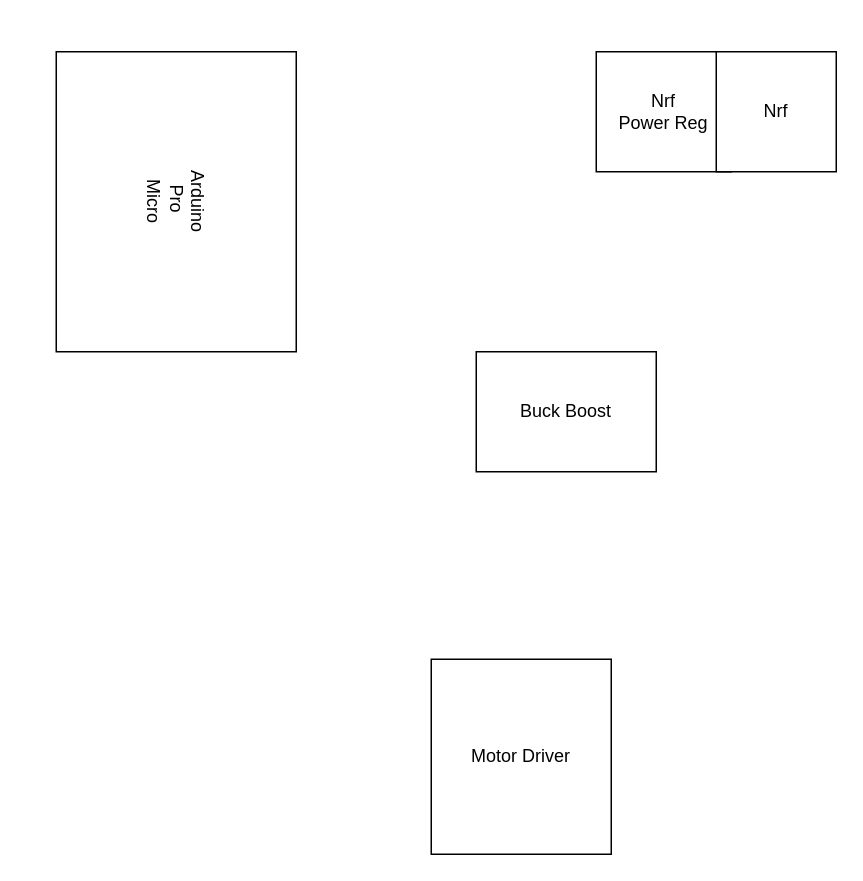
Earlier version of the draw.io diagram KiCad/Rx/Circuit Drawing/RxDrawing_071023.drawio (DDuronslet/CustomArduinoRCCar). Source tidied: cells renumbered, new cells numbered last; positions are measured from the earlier drawing's top-left corner, leaving out a move shared by most shapes. Both pictures are drawn from the tidied source at 150%, with x=0, y=0 at pixel (26, 51).
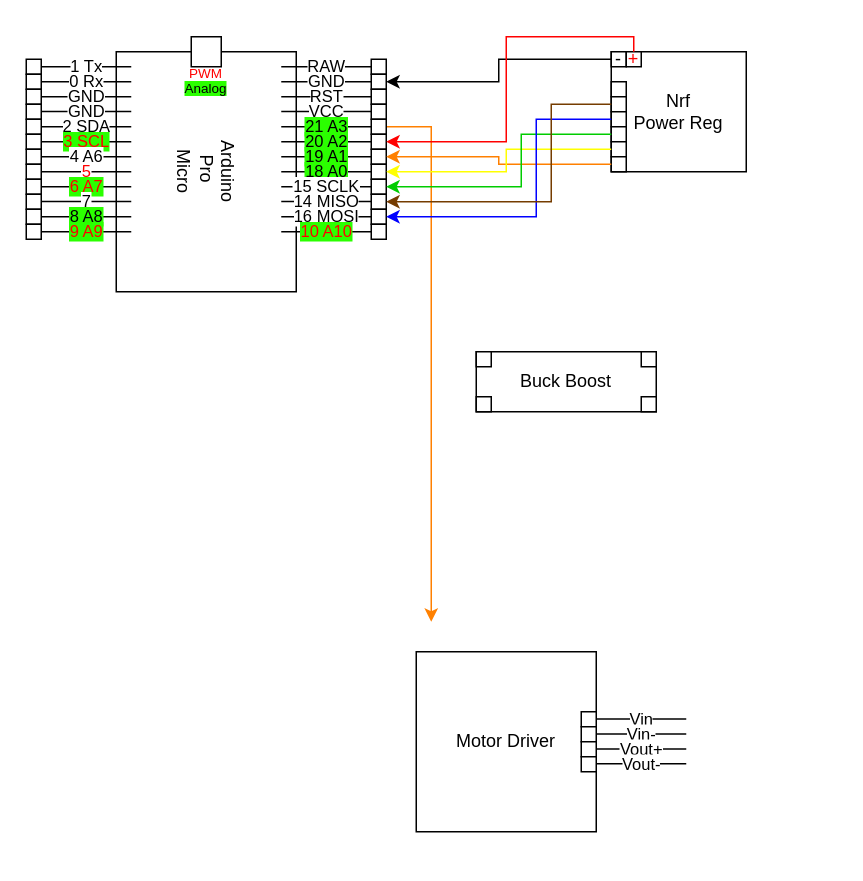
After the change.

Diff of the diagram source:
```diff
@@
     <mxCell id="2" value="Arduino&lt;br&gt;Pro&amp;nbsp;&lt;br&gt;Micro" style="rounded=0;whiteSpace=wrap;html=1;rotation=90;noLabel=0;" parent="1" vertex="1">
-      <mxGeometry y="20" width="200" height="160" as="geometry" />
+      <mxGeometry x="40" y="20" width="160" height="120" as="geometry" />
     </mxCell>
-    <mxCell id="3" value="Nrf&lt;br&gt;Power Reg" style="whiteSpace=wrap;html=1;" parent="1" vertex="1">
-      <mxGeometry x="380" width="90" height="80" as="geometry" />
-    </mxCell>
-    <mxCell id="4" value="Nrf" style="whiteSpace=wrap;html=1;" parent="1" vertex="1">
-      <mxGeometry x="460" width="80" height="80" as="geometry" />
-    </mxCell>
     <mxCell id="5" value="Buck Boost" style="rounded=0;whiteSpace=wrap;html=1;" parent="1" vertex="1">
-      <mxGeometry x="300" y="200" width="120" height="80" as="geometry" />
+      <mxGeometry x="300" y="200" width="120" height="40" as="geometry" />
     </mxCell>
     <mxCell id="6" value="Motor Driver" style="rounded=0;whiteSpace=wrap;html=1;" parent="1" vertex="1">
-      <mxGeometry x="270" y="405" width="120" height="130" as="geometry" />
+      <mxGeometry x="260" y="400" width="120" height="120" as="geometry" />
     </mxCell>
+    <mxCell id="7" value="RAW" style="endArrow=none;html=1;rounded=0;" parent="1" edge="1">
+      <mxGeometry relative="1" as="geometry">
+        <mxPoint x="170" y="10" as="sourcePoint" />
+        <mxPoint x="230" y="10" as="targetPoint" />
+      </mxGeometry>
+    </mxCell>
+    <mxCell id="8" value="GND" style="endArrow=none;html=1;rounded=0;" parent="1" edge="1">
+      <mxGeometry relative="1" as="geometry">
+        <mxPoint x="170" y="20" as="sourcePoint" />
+        <mxPoint x="230" y="20" as="targetPoint" />
+      </mxGeometry>
+    </mxCell>
+    <mxCell id="9" value="RST" style="endArrow=none;html=1;rounded=0;" parent="1" edge="1">
+      <mxGeometry relative="1" as="geometry">
+        <mxPoint x="170" y="30" as="sourcePoint" />
+        <mxPoint x="230" y="30" as="targetPoint" />
+      </mxGeometry>
+    </mxCell>
+    <mxCell id="10" value="VCC" style="endArrow=none;html=1;rounded=0;" parent="1" edge="1">
+      <mxGeometry relative="1" as="geometry">
+        <mxPoint x="170" y="39.8" as="sourcePoint" />
+        <mxPoint x="230" y="39.8" as="targetPoint" />
+      </mxGeometry>
+    </mxCell>
+    <mxCell id="11" value="21 A3" style="endArrow=none;html=1;rounded=0;labelBackgroundColor=#2BFF00;" parent="1" edge="1">
+      <mxGeometry relative="1" as="geometry">
+        <mxPoint x="170" y="50" as="sourcePoint" />
+        <mxPoint x="230" y="50" as="targetPoint" />
+      </mxGeometry>
+    </mxCell>
+    <mxCell id="12" value="20 A2" style="endArrow=none;html=1;rounded=0;labelBackgroundColor=#2BFF00;" parent="1" edge="1">
+      <mxGeometry relative="1" as="geometry">
+        <mxPoint x="170" y="60" as="sourcePoint" />
+        <mxPoint x="230" y="60" as="targetPoint" />
+      </mxGeometry>
+    </mxCell>
+    <mxCell id="13" value="19 A1" style="endArrow=none;html=1;rounded=0;labelBackgroundColor=#2BFF00;" parent="1" edge="1">
+      <mxGeometry relative="1" as="geometry">
+        <mxPoint x="170" y="70" as="sourcePoint" />
+        <mxPoint x="230" y="70" as="targetPoint" />
+      </mxGeometry>
+    </mxCell>
+    <mxCell id="14" value="18 A0" style="endArrow=none;html=1;rounded=0;labelBackgroundColor=#2BFF00;" parent="1" edge="1">
+      <mxGeometry relative="1" as="geometry">
+        <mxPoint x="170" y="80" as="sourcePoint" />
+        <mxPoint x="230" y="80" as="targetPoint" />
+      </mxGeometry>
+    </mxCell>
+    <mxCell id="15" value="15 SCLK" style="endArrow=none;html=1;rounded=0;" parent="1" edge="1">
+      <mxGeometry relative="1" as="geometry">
+        <mxPoint x="170" y="90" as="sourcePoint" />
+        <mxPoint x="230" y="90" as="targetPoint" />
+      </mxGeometry>
+    </mxCell>
+    <mxCell id="16" value="14 MISO" style="endArrow=none;html=1;rounded=0;" parent="1" edge="1">
+      <mxGeometry relative="1" as="geometry">
+        <mxPoint x="170" y="99.8" as="sourcePoint" />
+        <mxPoint x="230" y="99.8" as="targetPoint" />
+      </mxGeometry>
+    </mxCell>
+    <mxCell id="17" value="16 MOSI" style="endArrow=none;html=1;rounded=0;" parent="1" edge="1">
+      <mxGeometry relative="1" as="geometry">
+        <mxPoint x="170" y="110" as="sourcePoint" />
+        <mxPoint x="230" y="110" as="targetPoint" />
+      </mxGeometry>
+    </mxCell>
+    <mxCell id="18" value="10 A10" style="endArrow=none;html=1;rounded=0;fontColor=#FF0000;labelBackgroundColor=#2BFF00;" parent="1" edge="1">
+      <mxGeometry relative="1" as="geometry">
+        <mxPoint x="170" y="120" as="sourcePoint" />
+        <mxPoint x="230" y="120" as="targetPoint" />
+      </mxGeometry>
+    </mxCell>
+    <mxCell id="19" value="1 Tx" style="endArrow=none;html=1;rounded=0;" parent="1" edge="1">
+      <mxGeometry relative="1" as="geometry">
+        <mxPoint x="10" y="10" as="sourcePoint" />
+        <mxPoint x="70" y="10" as="targetPoint" />
+      </mxGeometry>
+    </mxCell>
+    <mxCell id="20" value="0 Rx" style="endArrow=none;html=1;rounded=0;" parent="1" edge="1">
+      <mxGeometry relative="1" as="geometry">
+        <mxPoint x="10" y="20" as="sourcePoint" />
+        <mxPoint x="70" y="20" as="targetPoint" />
+      </mxGeometry>
+    </mxCell>
+    <mxCell id="21" value="GND" style="endArrow=none;html=1;rounded=0;" parent="1" edge="1">
+      <mxGeometry relative="1" as="geometry">
+        <mxPoint x="10" y="30" as="sourcePoint" />
+        <mxPoint x="70" y="30" as="targetPoint" />
+      </mxGeometry>
+    </mxCell>
+    <mxCell id="22" value="GND" style="endArrow=none;html=1;rounded=0;" parent="1" edge="1">
+      <mxGeometry relative="1" as="geometry">
+        <mxPoint x="10" y="39.8" as="sourcePoint" />
+        <mxPoint x="70" y="39.8" as="targetPoint" />
+      </mxGeometry>
+    </mxCell>
+    <mxCell id="23" value="2 SDA" style="endArrow=none;html=1;rounded=0;" parent="1" edge="1">
+      <mxGeometry relative="1" as="geometry">
+        <mxPoint x="10" y="50" as="sourcePoint" />
+        <mxPoint x="70" y="50" as="targetPoint" />
+      </mxGeometry>
+    </mxCell>
+    <mxCell id="24" value="3 SCL" style="endArrow=none;html=1;rounded=0;fontColor=#FF0000;labelBackgroundColor=#2BFF00;" parent="1" edge="1">
+      <mxGeometry relative="1" as="geometry">
+        <mxPoint x="10" y="60" as="sourcePoint" />
+        <mxPoint x="70" y="60" as="targetPoint" />
+      </mxGeometry>
+    </mxCell>
+    <mxCell id="25" value="4 A6" style="endArrow=none;html=1;rounded=0;" parent="1" edge="1">
+      <mxGeometry relative="1" as="geometry">
+        <mxPoint x="10" y="70" as="sourcePoint" />
+        <mxPoint x="70" y="70" as="targetPoint" />
+      </mxGeometry>
+    </mxCell>
+    <mxCell id="26" value="5" style="endArrow=none;html=1;rounded=0;fontColor=#FF0000;" parent="1" edge="1">
+      <mxGeometry relative="1" as="geometry">
+        <mxPoint x="10" y="80" as="sourcePoint" />
+        <mxPoint x="70" y="80" as="targetPoint" />
+      </mxGeometry>
+    </mxCell>
+    <mxCell id="27" value="6 A7" style="endArrow=none;html=1;rounded=0;fontColor=#FF0000;labelBackgroundColor=#2BFF00;" parent="1" edge="1">
+      <mxGeometry relative="1" as="geometry">
+        <mxPoint x="10" y="90" as="sourcePoint" />
+        <mxPoint x="70" y="90" as="targetPoint" />
+      </mxGeometry>
+    </mxCell>
+    <mxCell id="28" value="7" style="endArrow=none;html=1;rounded=0;" parent="1" edge="1">
+      <mxGeometry relative="1" as="geometry">
+        <mxPoint x="10" y="99.8" as="sourcePoint" />
+        <mxPoint x="70" y="99.8" as="targetPoint" />
+      </mxGeometry>
+    </mxCell>
+    <mxCell id="29" value="8 A8" style="endArrow=none;html=1;rounded=0;labelBackgroundColor=#2BFF00;" parent="1" edge="1">
+      <mxGeometry relative="1" as="geometry">
+        <mxPoint x="10" y="110" as="sourcePoint" />
+        <mxPoint x="70" y="110" as="targetPoint" />
+      </mxGeometry>
+    </mxCell>
+    <mxCell id="30" value="9 A9" style="endArrow=none;html=1;rounded=0;fontColor=#FF0000;labelBackgroundColor=#2BFF00;" parent="1" edge="1">
+      <mxGeometry relative="1" as="geometry">
+        <mxPoint x="10" y="120" as="sourcePoint" />
+        <mxPoint x="70" y="120" as="targetPoint" />
+      </mxGeometry>
+    </mxCell>
+    <mxCell id="31" value="&lt;font color=&quot;#ff0000&quot; style=&quot;font-size: 9px;&quot;&gt;PWM&lt;/font&gt;" style="text;html=1;strokeColor=none;fillColor=none;align=center;verticalAlign=middle;whiteSpace=wrap;rounded=0;fontSize=9;" parent="1" vertex="1">
+      <mxGeometry x="90" y="10" width="60" height="10" as="geometry" />
+    </mxCell>
+    <mxCell id="32" style="rounded=0;whiteSpace=wrap;html=1;" parent="1" vertex="1">
+      <mxGeometry x="110" y="-10" width="20" height="20" as="geometry" />
+    </mxCell>
+    <mxCell id="33" value="&lt;span style=&quot;background-color: rgb(43, 255, 0);&quot;&gt;Analog&lt;/span&gt;" style="text;html=1;strokeColor=none;fillColor=none;align=center;verticalAlign=middle;whiteSpace=wrap;rounded=0;fontSize=9;" parent="1" vertex="1">
+      <mxGeometry x="90" y="20" width="60" height="10" as="geometry" />
+    </mxCell>
+    <mxCell id="34" style="edgeStyle=orthogonalEdgeStyle;rounded=0;jettySize=auto;html=1;entryX=1;entryY=0.5;entryDx=0;entryDy=0;" parent="1" edge="1" source="73" target="48">
+      <mxGeometry relative="1" as="geometry" />
+    </mxCell>
+    <mxCell id="35" style="whiteSpace=wrap;html=1;align=center;fontColor=#000000;" parent="1" vertex="1">
+      <mxGeometry x="300" y="200" width="10" height="10" as="geometry" />
+    </mxCell>
+    <mxCell id="36" style="whiteSpace=wrap;html=1;align=center;fontColor=#000000;" parent="1" vertex="1">
+      <mxGeometry x="300" y="230" width="10" height="10" as="geometry" />
+    </mxCell>
+    <mxCell id="37" style="whiteSpace=wrap;html=1;align=center;fontColor=#000000;" parent="1" vertex="1">
+      <mxGeometry x="410" y="200" width="10" height="10" as="geometry" />
+    </mxCell>
+    <mxCell id="38" style="whiteSpace=wrap;html=1;align=center;fontColor=#000000;" parent="1" vertex="1">
+      <mxGeometry x="410" y="230" width="10" height="10" as="geometry" />
+    </mxCell>
+    <mxCell id="39" style="whiteSpace=wrap;html=1;align=center;fontColor=#000000;" parent="1" vertex="1">
+      <mxGeometry x="370" y="440" width="10" height="10" as="geometry" />
+    </mxCell>
+    <mxCell id="40" style="whiteSpace=wrap;html=1;align=center;fontColor=#000000;" parent="1" vertex="1">
+      <mxGeometry x="370" y="450" width="10" height="10" as="geometry" />
+    </mxCell>
+    <mxCell id="41" style="whiteSpace=wrap;html=1;align=center;fontColor=#000000;" parent="1" vertex="1">
+      <mxGeometry x="370" y="460" width="10" height="10" as="geometry" />
+    </mxCell>
+    <mxCell id="42" style="whiteSpace=wrap;html=1;align=center;fontColor=#000000;" parent="1" vertex="1">
+      <mxGeometry x="370" y="470" width="10" height="10" as="geometry" />
+    </mxCell>
+    <mxCell id="43" value="Vin" style="endArrow=none;html=1;rounded=0;" parent="1" edge="1">
+      <mxGeometry relative="1" as="geometry">
+        <mxPoint x="380" y="444.9" as="sourcePoint" />
+        <mxPoint x="440" y="444.9" as="targetPoint" />
+      </mxGeometry>
+    </mxCell>
+    <mxCell id="44" value="Vin-" style="endArrow=none;html=1;rounded=0;" parent="1" edge="1">
+      <mxGeometry relative="1" as="geometry">
+        <mxPoint x="380" y="454.9" as="sourcePoint" />
+        <mxPoint x="440" y="454.9" as="targetPoint" />
+      </mxGeometry>
+    </mxCell>
+    <mxCell id="45" value="Vout+" style="endArrow=none;html=1;rounded=0;" parent="1" edge="1">
+      <mxGeometry relative="1" as="geometry">
+        <mxPoint x="380" y="464.9" as="sourcePoint" />
+        <mxPoint x="440" y="464.9" as="targetPoint" />
+      </mxGeometry>
+    </mxCell>
+    <mxCell id="46" value="Vout-" style="endArrow=none;html=1;rounded=0;" parent="1" edge="1">
+      <mxGeometry relative="1" as="geometry">
+        <mxPoint x="380" y="474.7" as="sourcePoint" />
+        <mxPoint x="440" y="474.7" as="targetPoint" />
+      </mxGeometry>
+    </mxCell>
+    <mxCell id="47" style="whiteSpace=wrap;html=1;align=center;fontColor=#000000;" parent="1" vertex="1">
+      <mxGeometry x="230" y="5" width="10" height="10" as="geometry" />
+    </mxCell>
+    <mxCell id="48" style="whiteSpace=wrap;html=1;align=center;fontColor=#000000;" parent="1" vertex="1">
+      <mxGeometry x="230" y="15" width="10" height="10" as="geometry" />
+    </mxCell>
+    <mxCell id="49" style="whiteSpace=wrap;html=1;align=center;fontColor=#000000;" parent="1" vertex="1">
+      <mxGeometry x="230" y="25" width="10" height="10" as="geometry" />
+    </mxCell>
+    <mxCell id="50" style="whiteSpace=wrap;html=1;align=center;fontColor=#000000;" parent="1" vertex="1">
+      <mxGeometry x="230" y="35" width="10" height="10" as="geometry" />
+    </mxCell>
+    <mxCell id="51" style="edgeStyle=orthogonalEdgeStyle;rounded=0;jettySize=auto;html=1;strokeColor=#FF8000;" parent="1" edge="1" source="52">
+      <mxGeometry relative="1" as="geometry">
+        <mxPoint x="270" y="380" as="targetPoint" />
+        <Array as="points">
+          <mxPoint x="270" y="50" />
+        </Array>
+      </mxGeometry>
+    </mxCell>
+    <mxCell id="52" style="whiteSpace=wrap;html=1;align=center;fontColor=#000000;" parent="1" vertex="1">
+      <mxGeometry x="230" y="45" width="10" height="10" as="geometry" />
+    </mxCell>
+    <mxCell id="53" style="whiteSpace=wrap;html=1;align=center;fontColor=#000000;" parent="1" vertex="1">
+      <mxGeometry x="230" y="55" width="10" height="10" as="geometry" />
+    </mxCell>
+    <mxCell id="54" style="whiteSpace=wrap;html=1;align=center;fontColor=#000000;" parent="1" vertex="1">
+      <mxGeometry x="230" y="65" width="10" height="10" as="geometry" />
+    </mxCell>
+    <mxCell id="55" style="whiteSpace=wrap;html=1;align=center;fontColor=#000000;" parent="1" vertex="1">
+      <mxGeometry x="230" y="75" width="10" height="10" as="geometry" />
+    </mxCell>
+    <mxCell id="56" style="whiteSpace=wrap;html=1;align=center;fontColor=#000000;" parent="1" vertex="1">
+      <mxGeometry x="230" y="85" width="10" height="10" as="geometry" />
+    </mxCell>
+    <mxCell id="57" style="whiteSpace=wrap;html=1;align=center;fontColor=#000000;" parent="1" vertex="1">
+      <mxGeometry x="230" y="95" width="10" height="10" as="geometry" />
+    </mxCell>
+    <mxCell id="58" style="whiteSpace=wrap;html=1;align=center;fontColor=#000000;" parent="1" vertex="1">
+      <mxGeometry x="230" y="105" width="10" height="10" as="geometry" />
+    </mxCell>
+    <mxCell id="59" style="whiteSpace=wrap;html=1;align=center;fontColor=#000000;" parent="1" vertex="1">
+      <mxGeometry x="230" y="115" width="10" height="10" as="geometry" />
+    </mxCell>
+    <mxCell id="60" style="whiteSpace=wrap;html=1;align=center;fontColor=#000000;" parent="1" vertex="1">
+      <mxGeometry y="5" width="10" height="10" as="geometry" />
+    </mxCell>
+    <mxCell id="61" style="whiteSpace=wrap;html=1;align=center;fontColor=#000000;" parent="1" vertex="1">
+      <mxGeometry y="15" width="10" height="10" as="geometry" />
+    </mxCell>
+    <mxCell id="62" style="whiteSpace=wrap;html=1;align=center;fontColor=#000000;" parent="1" vertex="1">
+      <mxGeometry y="25" width="10" height="10" as="geometry" />
+    </mxCell>
+    <mxCell id="63" style="whiteSpace=wrap;html=1;align=center;fontColor=#000000;" parent="1" vertex="1">
+      <mxGeometry y="35" width="10" height="10" as="geometry" />
+    </mxCell>
+    <mxCell id="64" style="whiteSpace=wrap;html=1;align=center;fontColor=#000000;" parent="1" vertex="1">
+      <mxGeometry y="45" width="10" height="10" as="geometry" />
+    </mxCell>
+    <mxCell id="65" style="whiteSpace=wrap;html=1;align=center;fontColor=#000000;" parent="1" vertex="1">
+      <mxGeometry y="55" width="10" height="10" as="geometry" />
+    </mxCell>
+    <mxCell id="66" style="whiteSpace=wrap;html=1;align=center;fontColor=#000000;" parent="1" vertex="1">
+      <mxGeometry y="65" width="10" height="10" as="geometry" />
+    </mxCell>
+    <mxCell id="67" style="whiteSpace=wrap;html=1;align=center;fontColor=#000000;" parent="1" vertex="1">
+      <mxGeometry y="75" width="10" height="10" as="geometry" />
+    </mxCell>
+    <mxCell id="68" style="whiteSpace=wrap;html=1;align=center;fontColor=#000000;" parent="1" vertex="1">
+      <mxGeometry y="85" width="10" height="10" as="geometry" />
+    </mxCell>
+    <mxCell id="69" style="whiteSpace=wrap;html=1;align=center;fontColor=#000000;" parent="1" vertex="1">
+      <mxGeometry y="95" width="10" height="10" as="geometry" />
+    </mxCell>
+    <mxCell id="70" style="whiteSpace=wrap;html=1;align=center;fontColor=#000000;" parent="1" vertex="1">
+      <mxGeometry y="105" width="10" height="10" as="geometry" />
+    </mxCell>
+    <mxCell id="71" style="whiteSpace=wrap;html=1;align=center;fontColor=#000000;" parent="1" vertex="1">
+      <mxGeometry y="115" width="10" height="10" as="geometry" />
+    </mxCell>
+    <mxCell id="72" style="group;" parent="1" vertex="1">
+      <mxGeometry x="390" width="90" height="80" as="geometry" />
+    </mxCell>
+    <mxCell id="3" value="Nrf&lt;br&gt;Power Reg" style="whiteSpace=wrap;html=1;" parent="72" vertex="1">
+      <mxGeometry width="90" height="80" as="geometry" />
+    </mxCell>
+    <mxCell id="73" value="-" style="whiteSpace=wrap;html=1;align=center;" parent="72" vertex="1">
+      <mxGeometry width="10" height="10" as="geometry" />
+    </mxCell>
+    <mxCell id="74" value="+" style="whiteSpace=wrap;html=1;align=center;fontColor=#FF0000;" parent="72" vertex="1">
+      <mxGeometry x="10" width="10" height="10" as="geometry" />
+    </mxCell>
+    <mxCell id="75" style="whiteSpace=wrap;html=1;align=center;fontColor=#000000;" parent="72" vertex="1">
+      <mxGeometry y="20" width="10" height="10" as="geometry" />
+    </mxCell>
+    <mxCell id="76" style="whiteSpace=wrap;html=1;align=center;fontColor=#000000;" parent="72" vertex="1">
+      <mxGeometry y="30" width="10" height="10" as="geometry" />
+    </mxCell>
+    <mxCell id="77" style="whiteSpace=wrap;html=1;align=center;fontColor=#000000;" parent="72" vertex="1">
+      <mxGeometry y="40" width="10" height="10" as="geometry" />
+    </mxCell>
+    <mxCell id="78" style="whiteSpace=wrap;html=1;align=center;fontColor=#000000;" parent="72" vertex="1">
+      <mxGeometry y="50" width="10" height="10" as="geometry" />
+    </mxCell>
+    <mxCell id="79" style="whiteSpace=wrap;html=1;align=center;fontColor=#000000;" parent="72" vertex="1">
+      <mxGeometry y="60" width="10" height="10" as="geometry" />
+    </mxCell>
+    <mxCell id="80" style="whiteSpace=wrap;html=1;align=center;fontColor=#000000;" parent="72" vertex="1">
+      <mxGeometry y="70" width="10" height="10" as="geometry" />
+    </mxCell>
+    <mxCell id="81" style="edgeStyle=orthogonalEdgeStyle;rounded=0;jettySize=auto;html=1;entryX=1;entryY=0.5;entryDx=0;entryDy=0;strokeColor=#FF8000;" parent="1" edge="1" source="80" target="54">
+      <mxGeometry relative="1" as="geometry" />
+    </mxCell>
+    <mxCell id="82" style="edgeStyle=orthogonalEdgeStyle;rounded=0;jettySize=auto;html=1;exitX=0;exitY=0.5;exitDx=0;exitDy=0;entryX=1;entryY=0.5;entryDx=0;entryDy=0;strokeColor=#FFFF00;" parent="1" edge="1" source="79" target="55">
+      <mxGeometry relative="1" as="geometry">
+        <Array as="points">
+          <mxPoint x="320" y="65" />
+          <mxPoint x="320" y="80" />
+        </Array>
+      </mxGeometry>
+    </mxCell>
+    <mxCell id="83" style="edgeStyle=orthogonalEdgeStyle;rounded=0;jettySize=auto;html=1;exitX=0;exitY=0.5;exitDx=0;exitDy=0;entryX=1;entryY=0.5;entryDx=0;entryDy=0;strokeColor=#00CC00;" parent="1" edge="1" source="78" target="56">
+      <mxGeometry relative="1" as="geometry">
+        <Array as="points">
+          <mxPoint x="330" y="55" />
+          <mxPoint x="330" y="90" />
+        </Array>
+      </mxGeometry>
+    </mxCell>
+    <mxCell id="84" style="edgeStyle=orthogonalEdgeStyle;rounded=0;jettySize=auto;html=1;exitX=0;exitY=0.5;exitDx=0;exitDy=0;strokeColor=#0000FF;entryX=1;entryY=0.5;entryDx=0;entryDy=0;" parent="1" edge="1" source="77" target="58">
+      <mxGeometry relative="1" as="geometry">
+        <Array as="points">
+          <mxPoint x="340" y="45" />
+          <mxPoint x="340" y="110" />
+        </Array>
+      </mxGeometry>
+    </mxCell>
+    <mxCell id="85" style="edgeStyle=orthogonalEdgeStyle;rounded=0;jettySize=auto;html=1;exitX=0;exitY=0.5;exitDx=0;exitDy=0;strokeColor=#753C00;entryX=1;entryY=0.5;entryDx=0;entryDy=0;" parent="1" edge="1" source="76" target="57">
+      <mxGeometry relative="1" as="geometry">
+        <Array as="points">
+          <mxPoint x="350" y="35" />
+          <mxPoint x="350" y="100" />
+        </Array>
+      </mxGeometry>
+    </mxCell>
+    <mxCell id="86" style="edgeStyle=orthogonalEdgeStyle;rounded=0;jettySize=auto;html=1;entryX=1;entryY=0.5;entryDx=0;entryDy=0;strokeColor=#FF0000;" parent="1" edge="1" source="74" target="53">
+      <mxGeometry relative="1" as="geometry">
+        <Array as="points">
+          <mxPoint x="405" y="-10" />
+          <mxPoint x="320" y="-10" />
+          <mxPoint x="320" y="60" />
+        </Array>
+      </mxGeometry>
+    </mxCell>
```
